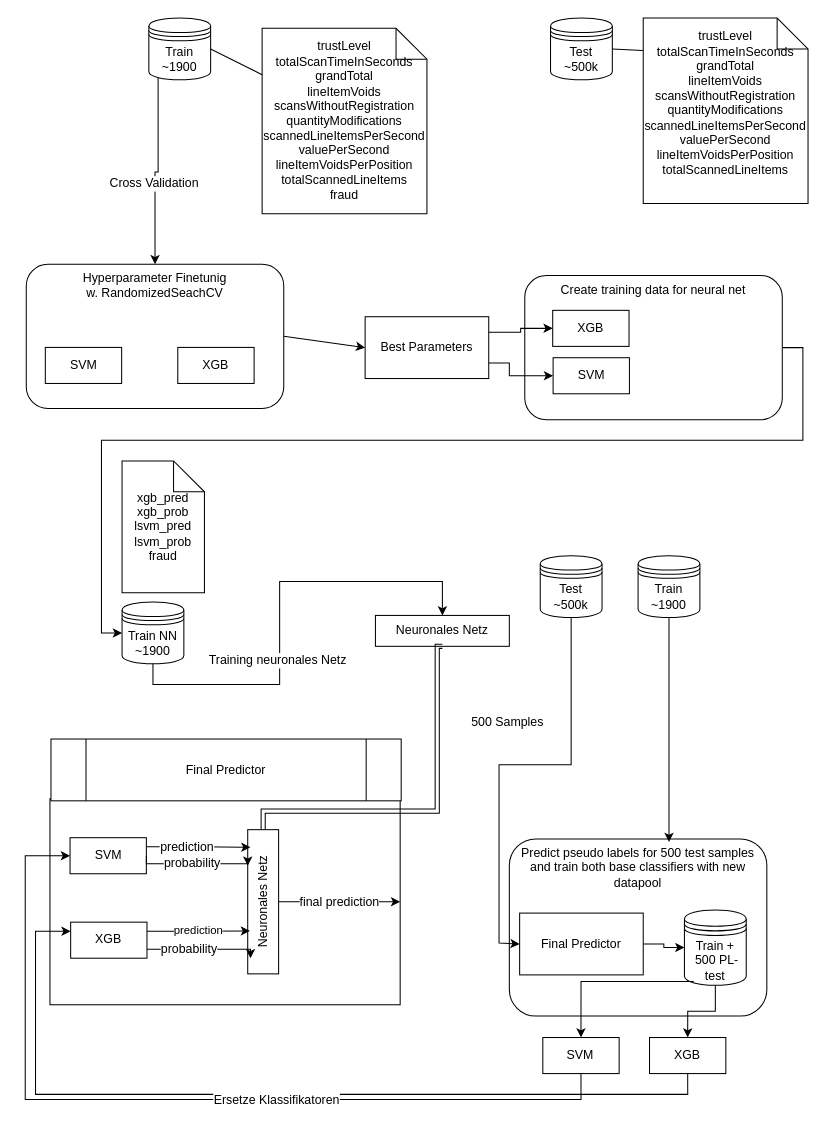
Before: notebooks/untitled.dio in LackesLab/dmc2019, a draw.io diagram. Source tidied: cells renumbered, new cells numbered last; positions are measured from the earlier drawing's top-left corner, leaving out a move shared by most shapes. Both pictures are drawn from the tidied source at 103%, with x=0, y=0 at pixel (25, 18).
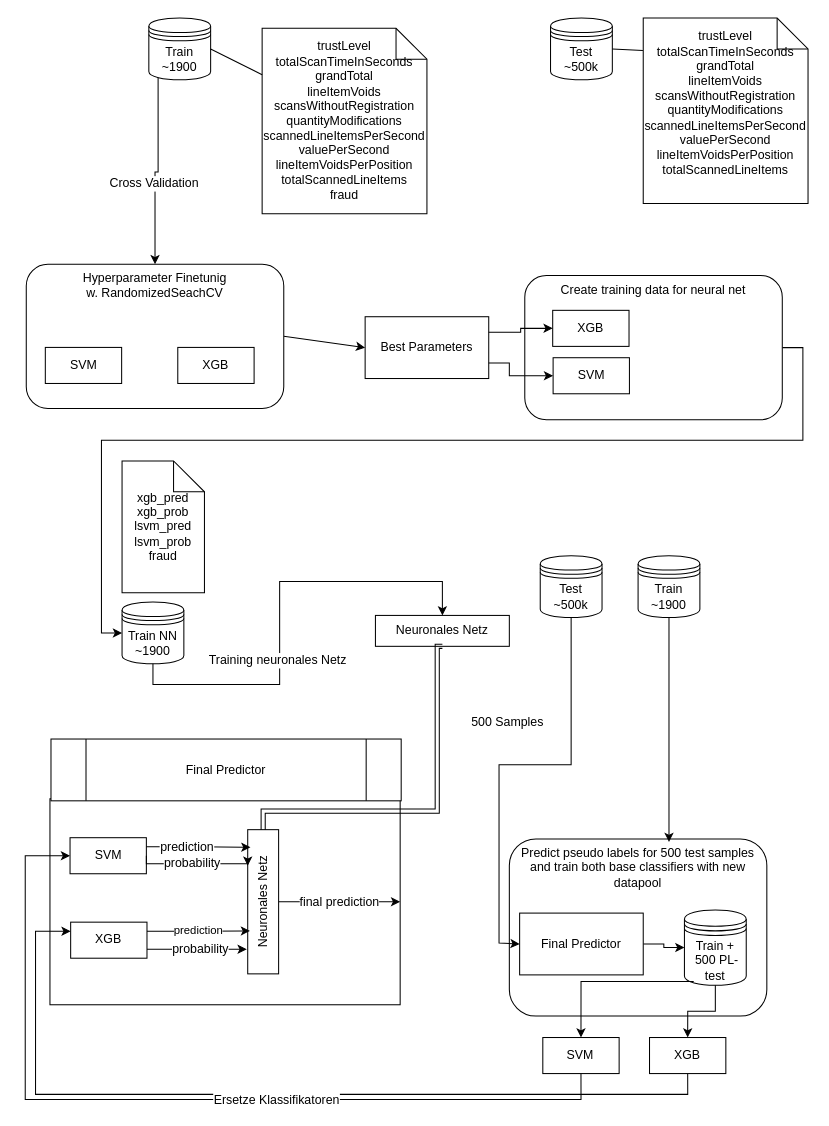
The same diagram, later.

The change refers to these unchanged cells:
```xml
<mxCell id="34" style="group;" parent="1" vertex="1">
  <mxGeometry x="24" y="700" width="341" height="258" as="geometry" />
</mxCell>
<mxCell id="37" value="XGB" style="rounded=0;whiteSpace=wrap;html=1;" parent="34" vertex="1">
  <mxGeometry x="20.1" y="177.8" width="74.1" height="35" as="geometry" />
</mxCell>
<mxCell id="40" value="Neuronales Netz" style="rounded=0;whiteSpace=wrap;html=1;direction=east;horizontal=0;" parent="34" vertex="1">
  <mxGeometry x="192" y="88" width="30" height="140" as="geometry" />
</mxCell>
```

What changed in the source:
```diff
@@
-    <mxCell id="45" style="edgeStyle=orthogonalEdgeStyle;rounded=0;html=1;exitX=1;exitY=0.75;entryX=0.089;entryY=0.892;entryPerimeter=0;jettySize=auto;" parent="34" edge="1" source="37" target="40">
-      <mxGeometry relative="1" as="geometry">
-        <Array as="points">
-          <mxPoint x="195" y="204" />
-        </Array>
-      </mxGeometry>
+    <mxCell id="45" style="edgeStyle=orthogonalEdgeStyle;rounded=0;html=1;exitX=1;exitY=0.75;jettySize=auto;entryX=-0.031;entryY=0.829;entryPerimeter=0;" parent="34" edge="1" source="37" target="40">
+      <mxGeometry relative="1" as="geometry" />
     </mxCell>
     <mxCell id="46" value="probability" style="text;html=1;align=center;verticalAlign=middle;labelBackgroundColor=#ffffff;" parent="45" vertex="1">
-      <mxGeometry x="-0.27" y="1" relative="1" as="geometry" />
+      <mxGeometry x="-0.27" y="1" relative="1" as="geometry">
+        <mxPoint x="16" as="offset" />
+      </mxGeometry>
     </mxCell>
```
